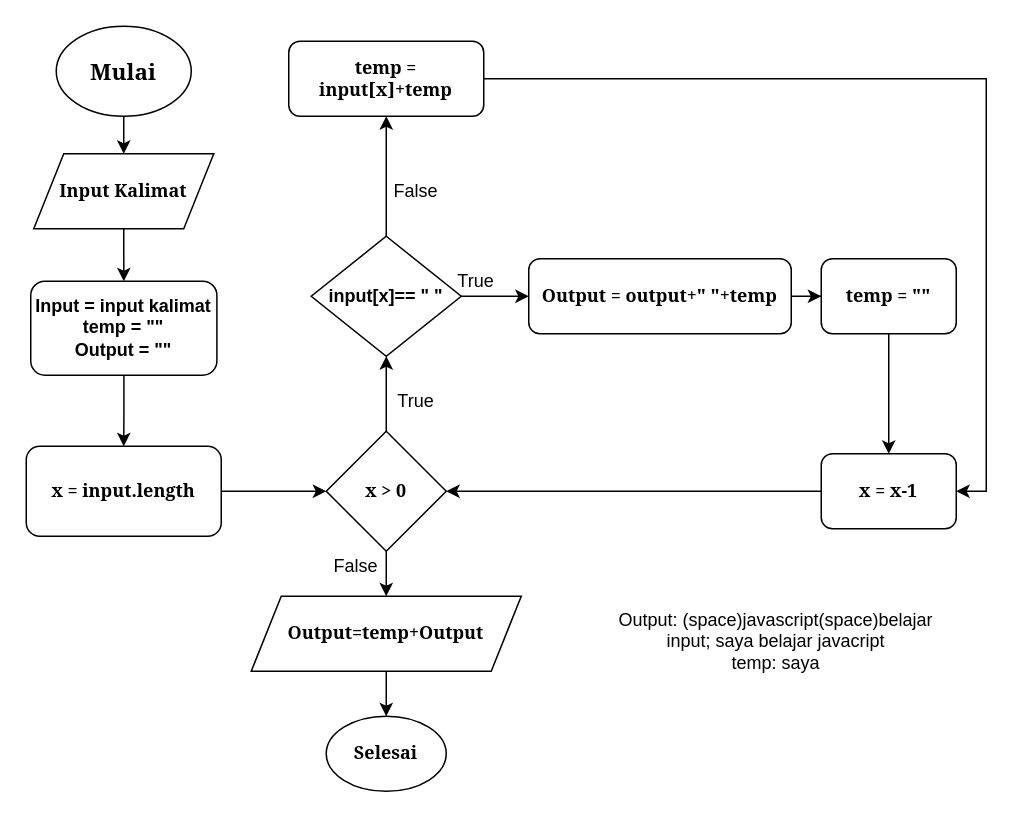
This is tugas1/flowchart_reverse_word.drawio from farizian/week6, a draw.io file, before an edit. Source tidied: cells renumbered, new cells numbered last; positions are measured from the earlier drawing's top-left corner, leaving out a move shared by most shapes. Both pictures are drawn from the tidied source at 150%, with x=0, y=0 at pixel (26, 26).
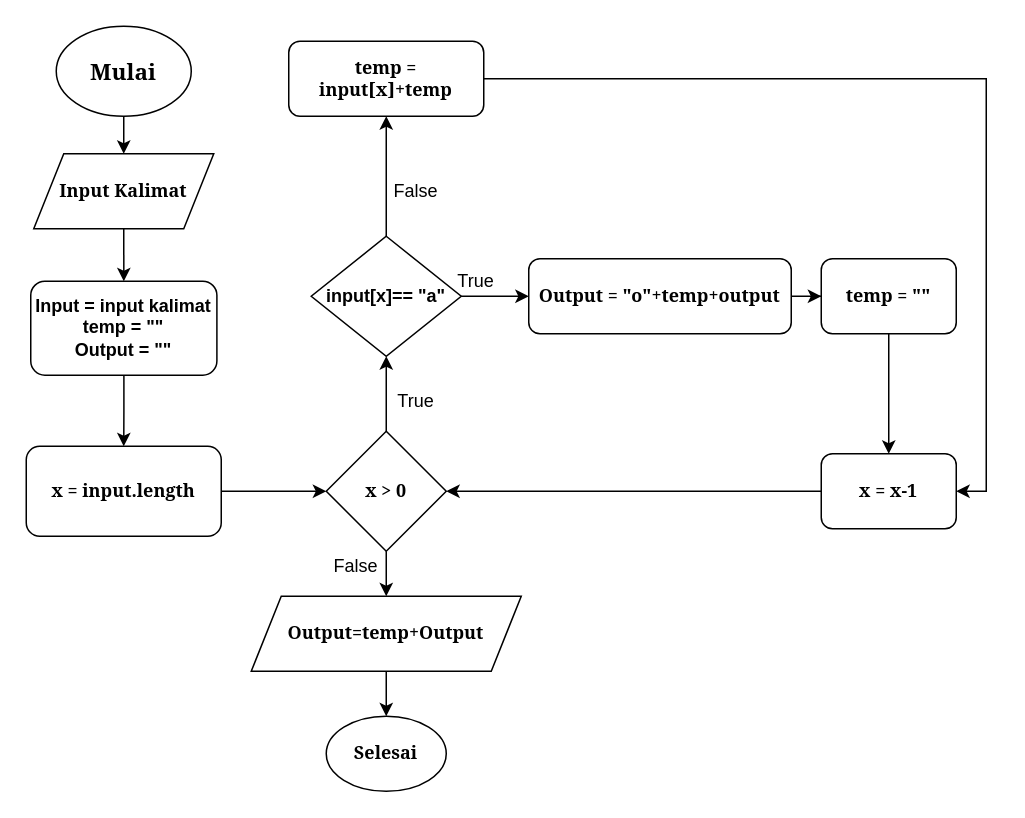
The same page after the edit.

The edit, as a diff of the source:
```diff
@@
-    <mxCell id="16" value="input[x]== &quot; &quot;" style="rhombus;whiteSpace=wrap;html=1;fontStyle=1;" parent="1" vertex="1">
+    <mxCell id="16" value="input[x]== &quot;a&quot;" style="rhombus;whiteSpace=wrap;html=1;fontStyle=1;" parent="1" vertex="1">
       <mxGeometry x="190" y="140" width="100" height="80" as="geometry" />
     </mxCell>
@@
-    <mxCell id="18" value="Output = output+&quot; &quot;+temp" style="rounded=1;whiteSpace=wrap;html=1;fontFamily=Georgia;fontSize=12;fontStyle=1;" parent="1" vertex="1">
+    <mxCell id="18" value="Output = &quot;o&quot;+temp+output" style="rounded=1;whiteSpace=wrap;html=1;fontFamily=Georgia;fontSize=12;fontStyle=1;" parent="1" vertex="1">
       <mxGeometry x="335" y="155" width="175" height="50" as="geometry" />
     </mxCell>
@@
-    <mxCell id="31" value="&lt;div&gt;Output: (space)javascript(space)belajar&lt;br&gt;&lt;/div&gt;&lt;div&gt;input; saya belajar javacript&lt;/div&gt;&lt;div&gt;temp: saya&lt;br&gt;&lt;/div&gt;" style="text;html=1;strokeColor=none;fillColor=none;align=center;verticalAlign=middle;whiteSpace=wrap;rounded=0;" parent="1" vertex="1">
-      <mxGeometry x="380" y="360" width="240" height="100" as="geometry" />
-    </mxCell>
```
